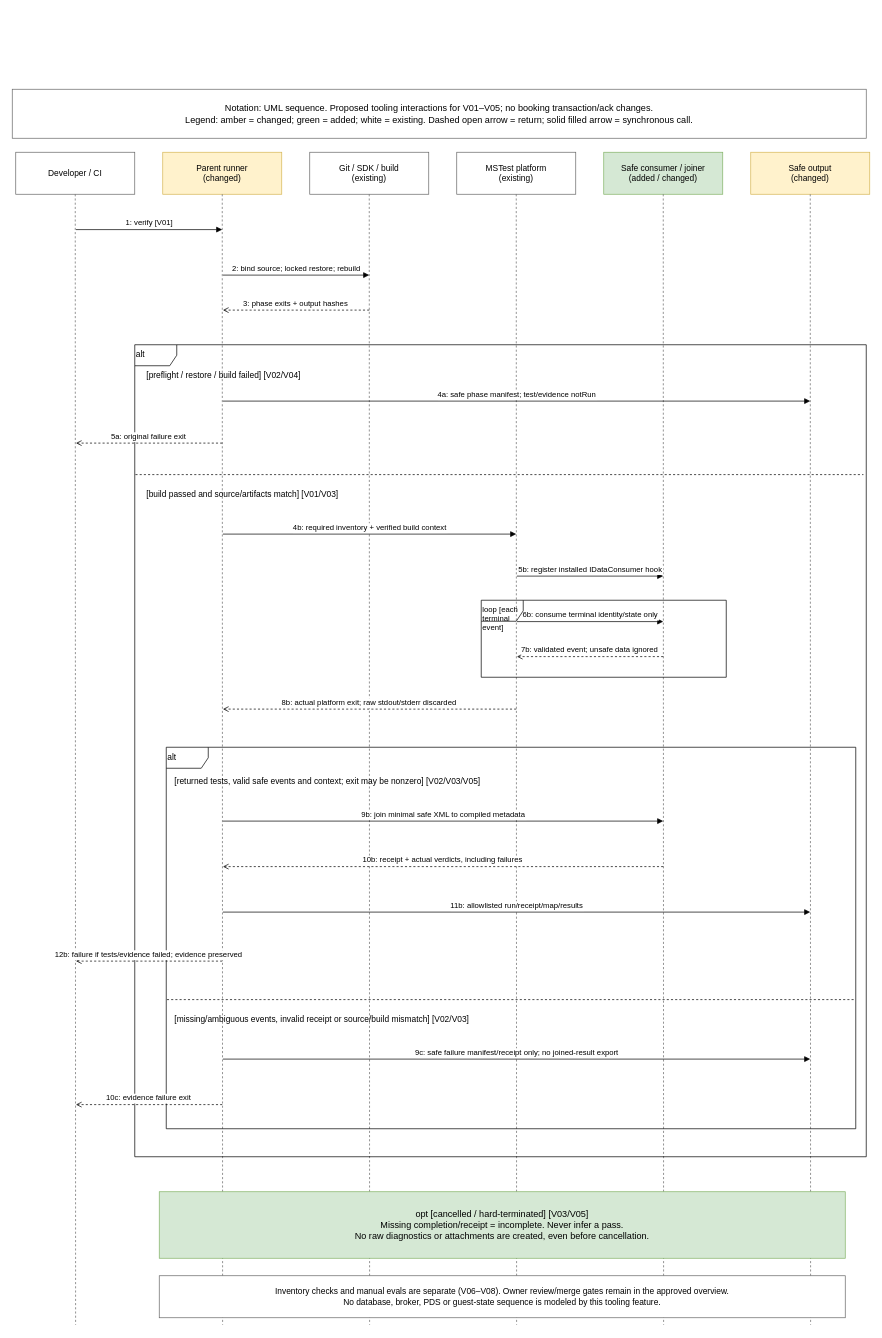
Above: diagrams/006-layered-testing-verification/sequence.drawio in IgnatovichStanislav/checkin-booking (draw.io), before the change. Source tidied: cells renumbered, new cells numbered last; positions are measured from the earlier drawing's top-left corner, leaving out a move shared by most shapes. Both pictures are drawn from the tidied source at 70%, with x=0, y=0 at pixel (12, 89).
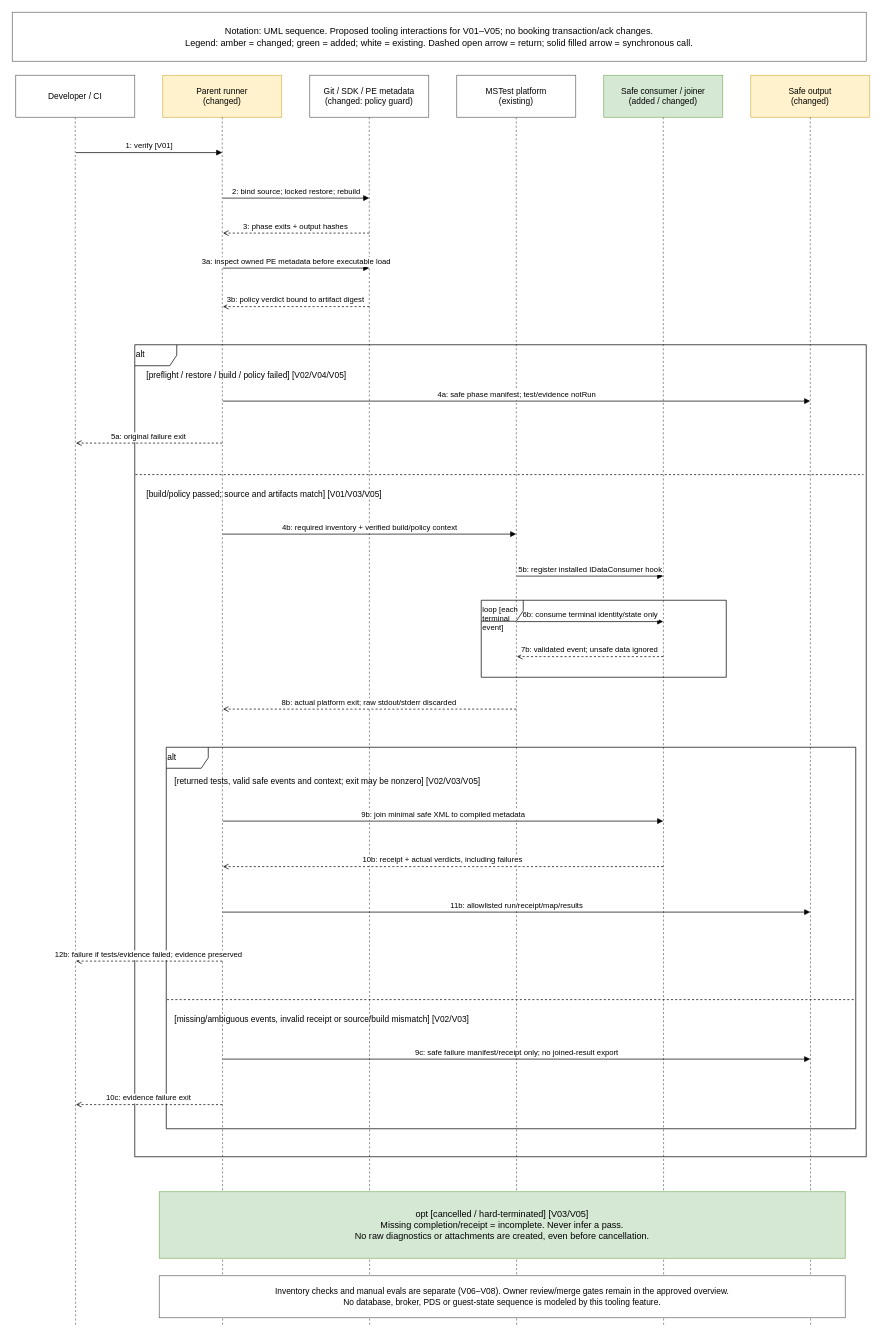
Above is the later version.

Commit message (it also covers changes not shown here):
plan(006): approve pre-execution attachment policy

The change refers to these unchanged cells:
```xml
<mxCell id="40" style="opacity=0;strokeOpacity=0;fillOpacity=0;" parent="1" vertex="1">
  <mxGeometry x="300" y="635" width="1" height="1" as="geometry" />
</mxCell>
<mxCell id="41" style="opacity=0;strokeOpacity=0;fillOpacity=0;" parent="1" vertex="1">
  <mxGeometry x="720" y="635" width="1" height="1" as="geometry" />
</mxCell>
```

Diff of the diagram source:
```diff
@@
     <mxCell id="2" value="Notation: UML sequence. Proposed tooling interactions for V01–V05; no booking transaction/ack changes.&#10;Legend: amber = changed; green = added; white = existing. Dashed open arrow = return; solid filled arrow = synchronous call." style="rounded=0;whiteSpace=wrap;html=0;fillColor=#ffffff;strokeColor=#666666;fontSize=13;" parent="1" vertex="1">
-      <mxGeometry width="1220" height="70" as="geometry" />
+      <mxGeometry y="-110" width="1220" height="70" as="geometry" />
     </mxCell>
     <mxCell id="3" value="Developer / CI" style="rounded=0;whiteSpace=wrap;html=0;fillColor=#ffffff;strokeColor=#666666;fontSize=12;" parent="1" vertex="1">
-      <mxGeometry x="5" y="90" width="170" height="60" as="geometry" />
+      <mxGeometry x="5" y="-20" width="170" height="60" as="geometry" />
     </mxCell>
@@
     <mxCell id="6" value="Parent runner&#10;(changed)" style="rounded=0;whiteSpace=wrap;html=0;fillColor=#fff2cc;strokeColor=#d6b656;fontSize=12;" parent="1" vertex="1">
-      <mxGeometry x="215" y="90" width="170" height="60" as="geometry" />
+      <mxGeometry x="215" y="-20" width="170" height="60" as="geometry" />
     </mxCell>
@@
-    <mxCell id="9" value="Git / SDK / build&#10;(existing)" style="rounded=0;whiteSpace=wrap;html=0;fillColor=#ffffff;strokeColor=#666666;fontSize=12;" parent="1" vertex="1">
-      <mxGeometry x="425" y="90" width="170" height="60" as="geometry" />
+    <mxCell id="9" value="Git / SDK / PE metadata&#10;(changed: policy guard)" style="rounded=0;whiteSpace=wrap;html=0;fillColor=#ffffff;strokeColor=#666666;fontSize=12;" parent="1" vertex="1">
+      <mxGeometry x="425" y="-20" width="170" height="60" as="geometry" />
     </mxCell>
@@
     <mxCell id="12" value="MSTest platform&#10;(existing)" style="rounded=0;whiteSpace=wrap;html=0;fillColor=#ffffff;strokeColor=#666666;fontSize=12;" parent="1" vertex="1">
-      <mxGeometry x="635" y="90" width="170" height="60" as="geometry" />
+      <mxGeometry x="635" y="-20" width="170" height="60" as="geometry" />
     </mxCell>
@@
     <mxCell id="15" value="Safe consumer / joiner&#10;(added / changed)" style="rounded=0;whiteSpace=wrap;html=0;fillColor=#d5e8d4;strokeColor=#82b366;fontSize=12;" parent="1" vertex="1">
-      <mxGeometry x="845" y="90" width="170" height="60" as="geometry" />
+      <mxGeometry x="845" y="-20" width="170" height="60" as="geometry" />
     </mxCell>
@@
     <mxCell id="18" value="Safe output&#10;(changed)" style="rounded=0;whiteSpace=wrap;html=0;fillColor=#fff2cc;strokeColor=#d6b656;fontSize=12;" parent="1" vertex="1">
-      <mxGeometry x="1055" y="90" width="170" height="60" as="geometry" />
+      <mxGeometry x="1055" y="-20" width="170" height="60" as="geometry" />
     </mxCell>
@@
     <mxCell id="21" style="opacity=0;strokeOpacity=0;fillOpacity=0;" parent="1" vertex="1">
-      <mxGeometry x="90" y="200" width="1" height="1" as="geometry" />
+      <mxGeometry x="90" y="90" width="1" height="1" as="geometry" />
     </mxCell>
     <mxCell id="22" style="opacity=0;strokeOpacity=0;fillOpacity=0;" parent="1" vertex="1">
-      <mxGeometry x="300" y="200" width="1" height="1" as="geometry" />
+      <mxGeometry x="300" y="90" width="1" height="1" as="geometry" />
     </mxCell>
@@
     <mxCell id="24" style="opacity=0;strokeOpacity=0;fillOpacity=0;" parent="1" vertex="1">
-      <mxGeometry x="300" y="265" width="1" height="1" as="geometry" />
+      <mxGeometry x="300" y="155" width="1" height="1" as="geometry" />
     </mxCell>
     <mxCell id="25" style="opacity=0;strokeOpacity=0;fillOpacity=0;" parent="1" vertex="1">
-      <mxGeometry x="510" y="265" width="1" height="1" as="geometry" />
+      <mxGeometry x="510" y="155" width="1" height="1" as="geometry" />
     </mxCell>
@@
     <mxCell id="27" style="opacity=0;strokeOpacity=0;fillOpacity=0;" parent="1" vertex="1">
-      <mxGeometry x="510" y="315" width="1" height="1" as="geometry" />
+      <mxGeometry x="510" y="205" width="1" height="1" as="geometry" />
     </mxCell>
     <mxCell id="28" style="opacity=0;strokeOpacity=0;fillOpacity=0;" parent="1" vertex="1">
-      <mxGeometry x="300" y="315" width="1" height="1" as="geometry" />
+      <mxGeometry x="300" y="205" width="1" height="1" as="geometry" />
     </mxCell>
@@
-    <mxCell id="31" value="[preflight / restore / build failed] [V02/V04]" style="text;whiteSpace=wrap;html=0;fontSize=12;align=left;" parent="1" vertex="1">
+    <mxCell id="31" value="[preflight / restore / build / policy failed] [V02/V04/V05]" style="text;whiteSpace=wrap;html=0;fontSize=12;align=left;" parent="1" vertex="1">
       <mxGeometry x="190" y="395" width="470" height="30" as="geometry" />
     </mxCell>
@@
-    <mxCell id="39" value="[build passed and source/artifacts match] [V01/V03]" style="text;whiteSpace=wrap;html=0;fontSize=12;align=left;" parent="1" vertex="1">
+    <mxCell id="39" value="[build/policy passed; source and artifacts match] [V01/V03/V05]" style="text;whiteSpace=wrap;html=0;fontSize=12;align=left;" parent="1" vertex="1">
       <mxGeometry x="190" y="565" width="650" height="30" as="geometry" />
     </mxCell>
@@
-    <mxCell id="42" value="4b: required inventory + verified build context" style="endArrow=block;endFill=1;strokeColor=#000000;html=0;fontSize=11;labelBackgroundColor=#ffffff;" parent="1" edge="1" source="40" target="41">
+    <mxCell id="42" value="4b: required inventory + verified build/policy context" style="endArrow=block;endFill=1;strokeColor=#000000;html=0;fontSize=11;labelBackgroundColor=#ffffff;" parent="1" edge="1" source="40" target="41">
       <mxGeometry relative="1" as="geometry">
         <mxPoint y="-10" as="offset" />
       </mxGeometry>
     </mxCell>
@@
+    <mxCell id="80" style="opacity=0;" parent="1" vertex="1">
+      <mxGeometry x="300" y="255" width="1" height="1" as="geometry" />
+    </mxCell>
+    <mxCell id="81" style="opacity=0;" parent="1" vertex="1">
+      <mxGeometry x="510" y="255" width="1" height="1" as="geometry" />
+    </mxCell>
+    <mxCell id="82" value="3a: inspect owned PE metadata before executable load" style="html=0;fontSize=11;labelBackgroundColor=#ffffff;endArrow=block;endFill=1;" parent="1" edge="1" source="80" target="81">
+      <mxGeometry relative="1" as="geometry">
+        <mxPoint y="-10" as="offset" />
+      </mxGeometry>
+    </mxCell>
+    <mxCell id="83" style="opacity=0;" parent="1" vertex="1">
+      <mxGeometry x="510" y="310" width="1" height="1" as="geometry" />
+    </mxCell>
+    <mxCell id="84" style="opacity=0;" parent="1" vertex="1">
+      <mxGeometry x="300" y="310" width="1" height="1" as="geometry" />
+    </mxCell>
+    <mxCell id="85" value="3b: policy verdict bound to artifact digest" style="html=0;fontSize=11;labelBackgroundColor=#ffffff;endArrow=open;dashed=1;" parent="1" edge="1" source="83" target="84">
+      <mxGeometry relative="1" as="geometry">
+        <mxPoint y="-10" as="offset" />
+      </mxGeometry>
+    </mxCell>
```
